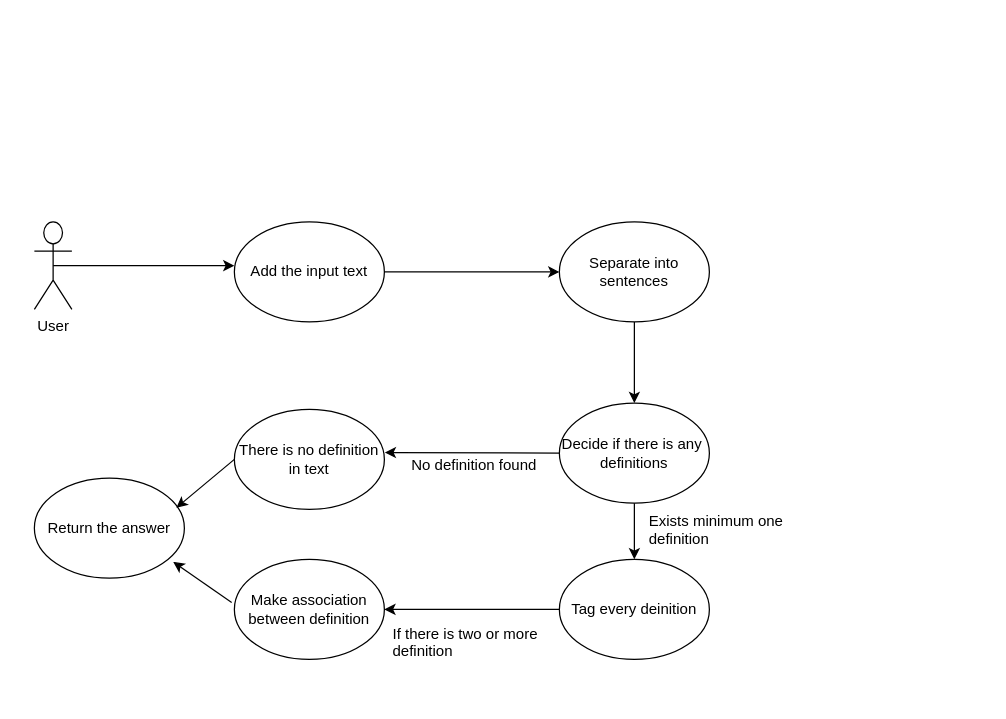
Earlier version of the draw.io diagram docs/useCase.drawio (CiprianBodnar/DeftEval). Source tidied: cells renumbered, new cells numbered last; positions are measured from the earlier drawing's top-left corner, leaving out a move shared by most shapes. Both pictures are drawn from the tidied source at 125%, with x=0, y=0 at pixel (34, 221).
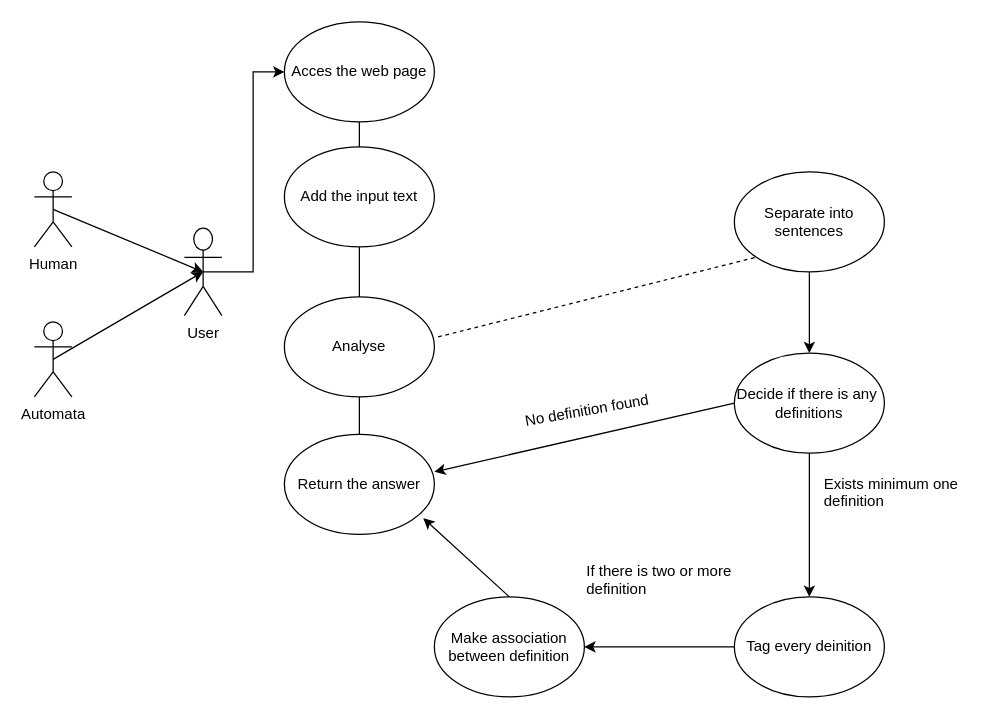
Above is the later version.

Diff of the diagram source:
```diff
@@
-    <mxCell id="2" style="edgeStyle=orthogonalEdgeStyle;rounded=0;jettySize=auto;html=1;exitX=0.5;exitY=0.5;exitDx=0;exitDy=0;exitPerimeter=0;" parent="1" edge="1" source="3">
-      <mxGeometry relative="1" as="geometry">
-        <mxPoint x="160" y="35" as="targetPoint" />
-      </mxGeometry>
+    <mxCell id="2" style="edgeStyle=orthogonalEdgeStyle;rounded=0;jettySize=auto;html=1;exitX=0.5;exitY=0.5;exitDx=0;exitDy=0;exitPerimeter=0;entryX=0;entryY=0.5;entryDx=0;entryDy=0;" parent="1" edge="1" source="3" target="25">
+      <mxGeometry relative="1" as="geometry" />
     </mxCell>
     <mxCell id="3" value="User" style="shape=umlActor;verticalLabelPosition=bottom;labelBackgroundColor=#ffffff;verticalAlign=top;html=1;outlineConnect=0;" parent="1" vertex="1">
-      <mxGeometry width="30" height="70" as="geometry" />
+      <mxGeometry x="120" y="5" width="30" height="70" as="geometry" />
     </mxCell>
     <mxCell id="4" value="Add the input text" style="ellipse;whiteSpace=wrap;html=1;" parent="1" vertex="1">
-      <mxGeometry x="160" width="120" height="80" as="geometry" />
+      <mxGeometry x="200" y="-60" width="120" height="80" as="geometry" />
     </mxCell>
-    <mxCell id="5" style="endArrow=classic;html=1;exitX=1;exitY=0.5;exitDx=0;exitDy=0;" parent="1" edge="1" source="4" target="6">
-      <mxGeometry relative="1" as="geometry" />
-    </mxCell>
     <mxCell id="6" value="Separate into sentences" style="ellipse;whiteSpace=wrap;html=1;" parent="1" vertex="1">
-      <mxGeometry x="420" width="120" height="80" as="geometry" />
+      <mxGeometry x="560" y="-40" width="120" height="80" as="geometry" />
     </mxCell>
@@
     <mxCell id="8" value="Decide if there is any&amp;nbsp; definitions" style="ellipse;whiteSpace=wrap;html=1;" parent="1" vertex="1">
-      <mxGeometry x="420" y="145" width="120" height="80" as="geometry" />
+      <mxGeometry x="560" y="105" width="120" height="80" as="geometry" />
     </mxCell>
     <mxCell id="9" value="Tag every deinition" style="ellipse;whiteSpace=wrap;html=1;" parent="1" vertex="1">
-      <mxGeometry x="420" y="270" width="120" height="80" as="geometry" />
+      <mxGeometry x="560" y="300" width="120" height="80" as="geometry" />
     </mxCell>
@@
     <mxCell id="11" value="Make association between definition" style="ellipse;whiteSpace=wrap;html=1;" parent="1" vertex="1">
-      <mxGeometry x="160" y="270" width="120" height="80" as="geometry" />
+      <mxGeometry x="320" y="300" width="120" height="80" as="geometry" />
     </mxCell>
@@
-    <mxCell id="13" value="There is no definition in text" style="ellipse;whiteSpace=wrap;html=1;" parent="1" vertex="1">
-      <mxGeometry x="160" y="150" width="120" height="80" as="geometry" />
-    </mxCell>
     <mxCell id="14" value="&lt;div&gt;Exists minimum one&lt;/div&gt;&lt;div&gt; definition&lt;/div&gt;" style="text;html=1;align=left;verticalAlign=top;spacingTop=-4;" parent="1" vertex="1">
-      <mxGeometry x="490" y="230" width="130" height="30" as="geometry" />
+      <mxGeometry x="630" y="200" width="130" height="30" as="geometry" />
     </mxCell>
-    <mxCell id="15" style="endArrow=classic;html=1;entryX=1.003;entryY=0.431;entryDx=0;entryDy=0;entryPerimeter=0;exitX=0;exitY=0.5;exitDx=0;exitDy=0;" parent="1" edge="1" source="8" target="13">
+    <mxCell id="15" style="endArrow=classic;html=1;exitX=0;exitY=0.5;exitDx=0;exitDy=0;entryX=1;entryY=0.375;entryDx=0;entryDy=0;entryPerimeter=0;" parent="1" edge="1" source="8" target="18">
       <mxGeometry relative="1" as="geometry" />
     </mxCell>
-    <mxCell id="16" value="No definition found" style="text;html=1;align=left;verticalAlign=top;spacingTop=-4;" parent="1" vertex="1">
-      <mxGeometry x="300" y="185" width="120" height="20" as="geometry" />
+    <mxCell id="16" value="No definition found" style="text;html=1;align=left;verticalAlign=top;spacingTop=-4;rotation=-10;" parent="1" vertex="1">
+      <mxGeometry x="390" y="140" width="120" height="20" as="geometry" />
     </mxCell>
     <mxCell id="17" value="&lt;div&gt;If there is two or more&lt;/div&gt;&lt;div&gt; definition&lt;/div&gt;" style="text;html=1;align=left;verticalAlign=top;spacingTop=-4;" parent="1" vertex="1">
-      <mxGeometry x="285" y="320" width="130" height="30" as="geometry" />
+      <mxGeometry x="440" y="270" width="130" height="30" as="geometry" />
     </mxCell>
     <mxCell id="18" value="Return the answer" style="ellipse;whiteSpace=wrap;html=1;" parent="1" vertex="1">
-      <mxGeometry y="205" width="120" height="80" as="geometry" />
+      <mxGeometry x="200" y="170" width="120" height="80" as="geometry" />
     </mxCell>
-    <mxCell id="19" style="endArrow=classic;html=1;exitX=0;exitY=0.5;exitDx=0;exitDy=0;entryX=0.947;entryY=0.296;entryDx=0;entryDy=0;entryPerimeter=0;" parent="1" edge="1" source="13" target="18">
-      <mxGeometry relative="1" as="geometry" />
-    </mxCell>
-    <mxCell id="20" style="endArrow=classic;html=1;exitX=-0.018;exitY=0.431;exitDx=0;exitDy=0;exitPerimeter=0;entryX=0.926;entryY=0.838;entryDx=0;entryDy=0;entryPerimeter=0;" parent="1" edge="1" source="11" target="18">
+    <mxCell id="20" style="endArrow=classic;html=1;exitX=0.5;exitY=0;exitDx=0;exitDy=0;entryX=0.926;entryY=0.838;entryDx=0;entryDy=0;entryPerimeter=0;" parent="1" edge="1" source="11" target="18">
       <mxGeometry relative="1" as="geometry" />
     </mxCell>
+    <mxCell id="21" value="Human" style="shape=umlActor;verticalLabelPosition=bottom;labelBackgroundColor=#ffffff;verticalAlign=top;html=1;outlineConnect=0;" parent="1" vertex="1">
+      <mxGeometry y="-40" width="30" height="60" as="geometry" />
+    </mxCell>
+    <mxCell id="22" value="Automata" style="shape=umlActor;verticalLabelPosition=bottom;labelBackgroundColor=#ffffff;verticalAlign=top;html=1;outlineConnect=0;" parent="1" vertex="1">
+      <mxGeometry y="80" width="30" height="60" as="geometry" />
+    </mxCell>
+    <mxCell id="23" style="endArrow=classic;html=1;exitX=0.5;exitY=0.5;exitDx=0;exitDy=0;exitPerimeter=0;entryX=0.5;entryY=0.5;entryDx=0;entryDy=0;entryPerimeter=0;" parent="1" edge="1" source="22" target="3">
+      <mxGeometry relative="1" as="geometry" />
+    </mxCell>
+    <mxCell id="24" style="endArrow=classic;html=1;exitX=0.5;exitY=0.5;exitDx=0;exitDy=0;exitPerimeter=0;entryX=0.5;entryY=0.5;entryDx=0;entryDy=0;entryPerimeter=0;" parent="1" edge="1" source="21" target="3">
+      <mxGeometry relative="1" as="geometry" />
+    </mxCell>
+    <mxCell id="25" value="Acces the web page" style="ellipse;whiteSpace=wrap;html=1;" parent="1" vertex="1">
+      <mxGeometry x="200" y="-160" width="120" height="80" as="geometry" />
+    </mxCell>
+    <mxCell id="26" style="endArrow=none;html=1;entryX=0.5;entryY=0;entryDx=0;entryDy=0;exitX=0.5;exitY=1;exitDx=0;exitDy=0;" parent="1" edge="1" source="25" target="4">
+      <mxGeometry relative="1" as="geometry" />
+    </mxCell>
+    <mxCell id="27" value="Analyse" style="ellipse;whiteSpace=wrap;html=1;" parent="1" vertex="1">
+      <mxGeometry x="200" y="60" width="120" height="80" as="geometry" />
+    </mxCell>
+    <mxCell id="28" style="endArrow=none;html=1;entryX=0.5;entryY=1;entryDx=0;entryDy=0;exitX=0.5;exitY=0;exitDx=0;exitDy=0;" parent="1" edge="1" source="27" target="4">
+      <mxGeometry relative="1" as="geometry" />
+    </mxCell>
+    <mxCell id="29" style="endArrow=none;dashed=1;html=1;exitX=1.025;exitY=0.4;exitDx=0;exitDy=0;exitPerimeter=0;entryX=0;entryY=1;entryDx=0;entryDy=0;" parent="1" edge="1" source="27" target="6">
+      <mxGeometry relative="1" as="geometry" />
+    </mxCell>
+    <mxCell id="30" style="endArrow=none;html=1;entryX=0.5;entryY=1;entryDx=0;entryDy=0;exitX=0.5;exitY=0;exitDx=0;exitDy=0;" parent="1" edge="1" source="18" target="27">
+      <mxGeometry relative="1" as="geometry" />
+    </mxCell>
```
